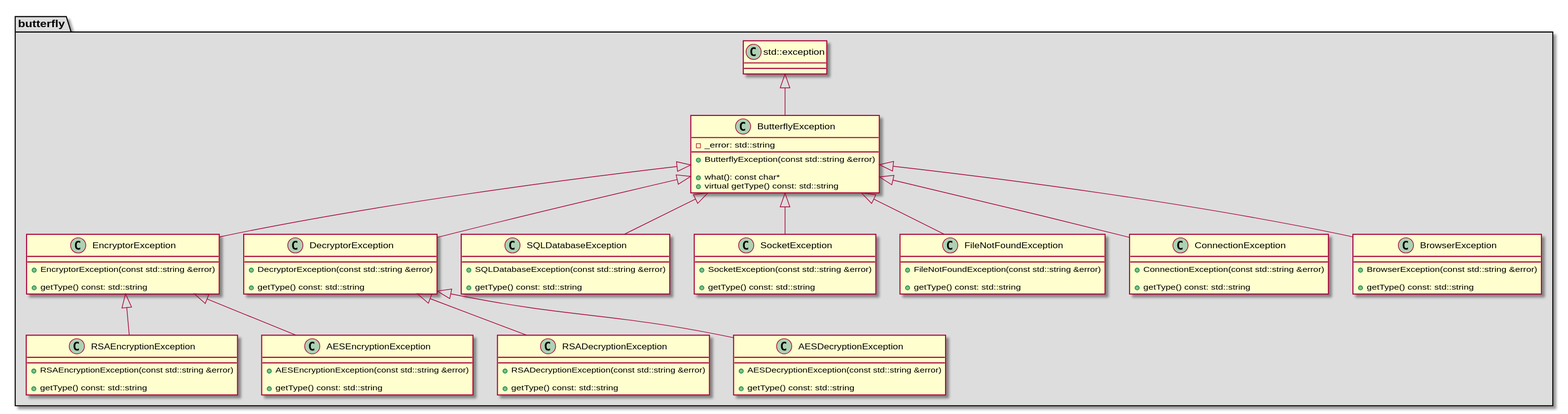
This is architecture/class_diagrams/bflyExceptions.svg from bierschi/butterfly, a PlantUML export, as it was before one commit.
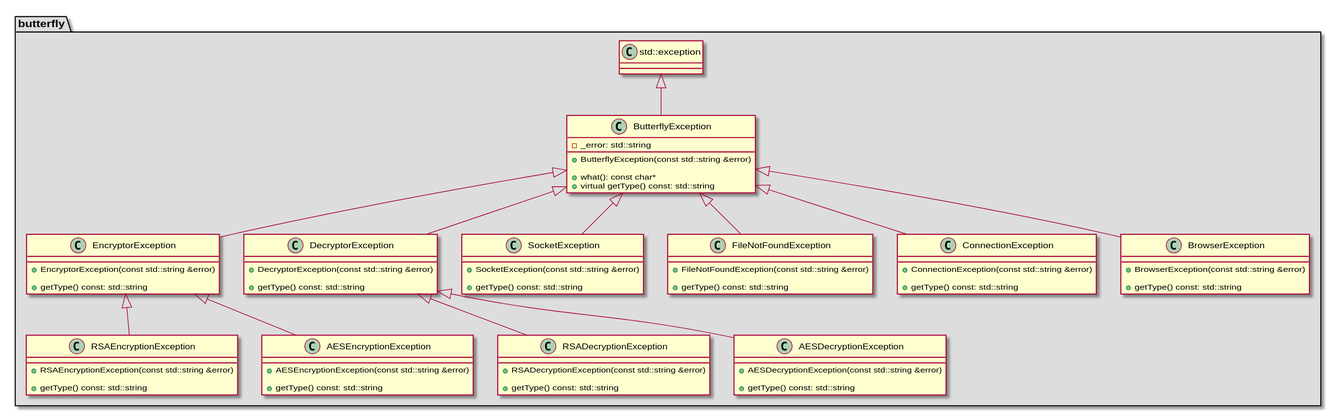
The same diagram one commit later.

The edit, as a diff of the source:
```diff
@@ -66,14 +66,6 @@
     + getType() const: std::string
 }
 
-class SQLDatabaseException
-{
-
-    + SQLDatabaseException(const std::string &error)
-
-    + getType() const: std::string
-}
-
 class SocketException
 {
 
@@ -115,7 +107,6 @@
 EncryptorException <|-- AESEncryptionException
 DecryptorException <|-- AESDecryptionException
 
-ButterflyException <|-- SQLDatabaseException
 ButterflyException <|-- SocketException
 ButterflyException <|-- FileNotFoundException
 ButterflyException <|-- ConnectionException
```
